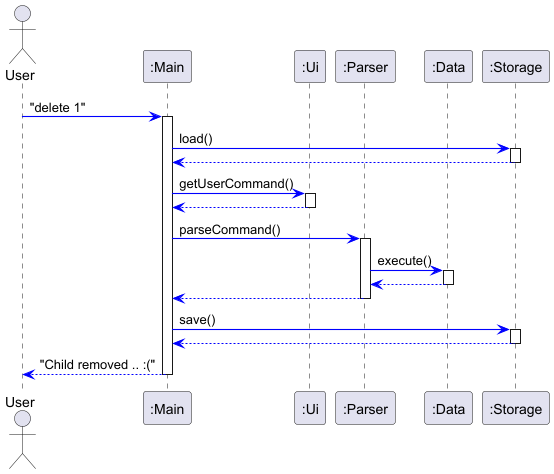
This is docs/diagrams/ArchitectureSequenceDiagram.png from prerana-r11/tp, a PlantUML export, as it was before one commit. Its diagram source:
```plantuml
@startuml
skinparam ArrowFontStyle plain
skinparam arrowThickness 1.1
skinparam arrowColor #blue

Actor User as user
Participant ":Main" as main
Participant ":Ui" as ui
Participant ":Parser" as parser
Participant ":Data" as data
Participant ":Storage" as storage

user -> main : "delete 1"
activate main

main->storage: load()
activate storage
storage --> main
deactivate storage

main -> ui : getUserCommand()
activate ui
ui --> main
deactivate ui

main -> parser : parseCommand()
activate parser
parser->data : execute()
activate data
data --> parser
deactivate data
parser --> main
deactivate parser

main->storage: save()
activate storage
storage --> main
deactivate storage

main --> user: "Child removed .. :("
deactivate main

@enduml
```
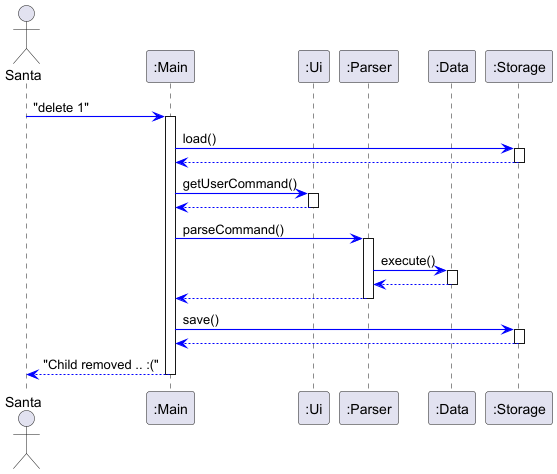
After the commit.

Commit message:
Update user alias in diagram

Diff of the diagram source:
```diff
@@ -3,7 +3,7 @@
 skinparam arrowThickness 1.1
 skinparam arrowColor #blue
 
-Actor User as user
+Actor Santa as user
 Participant ":Main" as main
 Participant ":Ui" as ui
 Participant ":Parser" as parser
```
